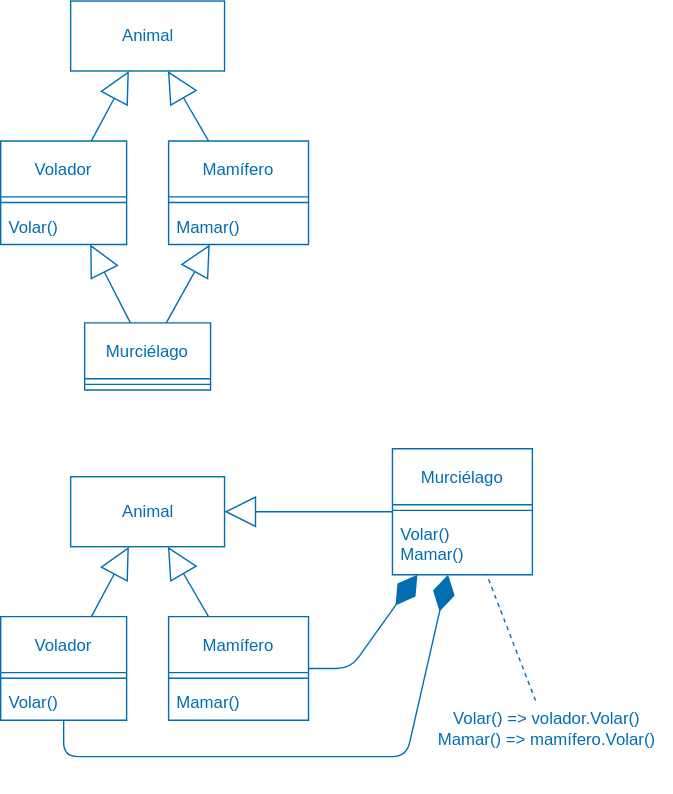
This is diagrams/Class_Diagram_Composition_Multiple_Inheritance.svg from ucudal/ANDIS_Conceptos, a draw.io export, as it was before one commit. Source tidied: cells renumbered, new cells last; positions are measured from the earlier drawing's top-left corner, leaving out a move shared by most shapes.
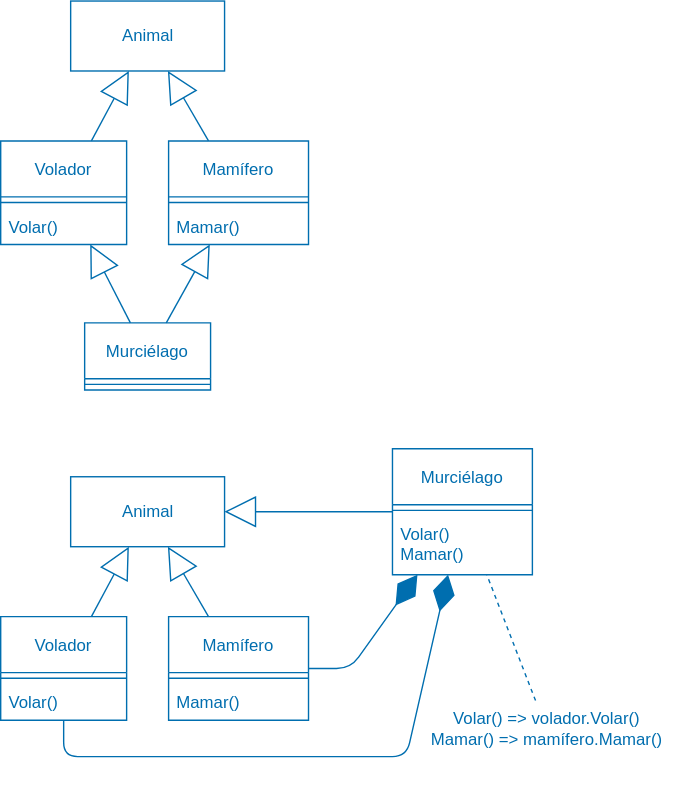
The same file after the commit.

Commit message:
Resolved merge conflicts

The edit, as a diff of the source:
```diff
@@ -96,8 +96,8 @@
     <mxCell id="29" value="Mamar()" style="text;strokeColor=none;fillColor=none;align=left;verticalAlign=top;spacingLeft=4;spacingRight=4;overflow=hidden;fontColor=#006EAF;" parent="27" vertex="1">
       <mxGeometry y="48" width="100" height="26" as="geometry" />
     </mxCell>
-    <mxCell id="30" value="Volar() =&amp;gt; volador.Volar()&lt;br&gt;&lt;div style=&quot;text-align: left;&quot;&gt;&lt;span style=&quot;background-color: initial;&quot;&gt;Mamar() =&amp;gt; mamífero.Volar()&lt;/span&gt;&lt;/div&gt;" style="text;html=1;align=center;verticalAlign=middle;points=[];strokeColor=none;fillColor=none;fontColor=#006EAF;" parent="1" vertex="1">
-      <mxGeometry x="300" y="500" width="180" height="40" as="geometry" />
+    <mxCell id="30" value="Volar() =&amp;gt; volador.Volar()&lt;br&gt;&lt;div style=&quot;text-align: left;&quot;&gt;&lt;span style=&quot;background-color: initial;&quot;&gt;Mamar() =&amp;gt; mamífero.Mamar()&lt;/span&gt;&lt;/div&gt;" style="text;html=1;align=center;verticalAlign=middle;points=[];strokeColor=none;fillColor=none;fontColor=#006EAF;" parent="1" vertex="1">
+      <mxGeometry x="295" y="500" width="190" height="40" as="geometry" />
     </mxCell>
     <mxCell id="31" style="edgeStyle=none;html=1;endArrow=none;endSize=12;dashed=1;verticalAlign=bottom;labelBackgroundColor=none;fontColor=#006EAF;fillColor=#1ba1e2;strokeColor=#006EAF;endFill=0;" parent="1" edge="1" source="30" target="16">
       <mxGeometry relative="1" as="geometry" />
```
